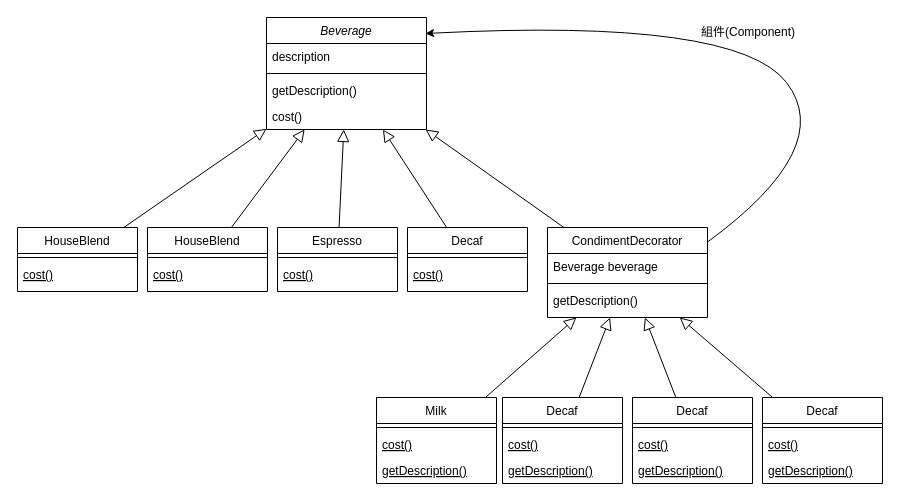
koteruon/design_pattern keeps this draw.io diagram as Decorator Pattern/裝飾器例子類別圖.drawio. Above is the earlier version. Source tidied: cells renumbered, new cells numbered last; positions are measured from the earlier drawing's top-left corner, leaving out a move shared by most shapes. Both pictures are drawn from the tidied source at 100%, with x=0, y=0 at pixel (17, 17).
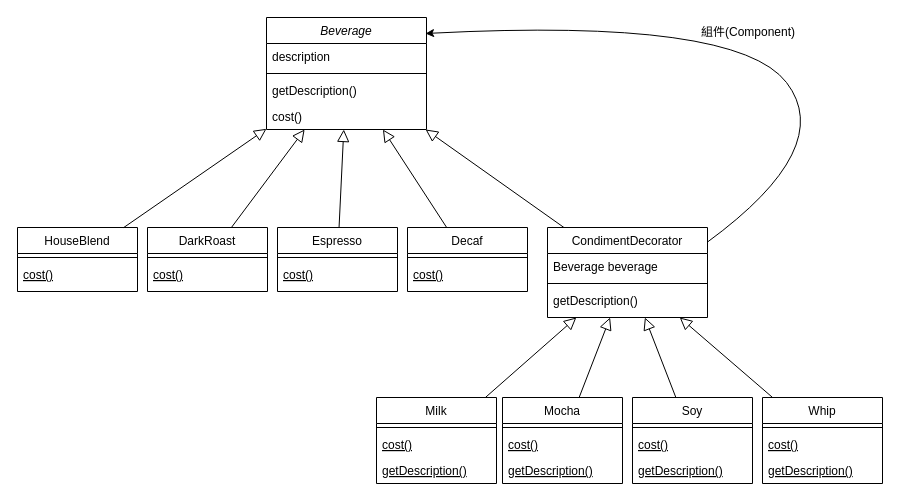
The same diagram, later.

Commit message (it also covers changes not shown here):
更新類別圖

What changed in the source:
```diff
@@
-    <mxCell id="15" value="HouseBlend" style="swimlane;fontStyle=0;align=center;verticalAlign=top;horizontal=1;startSize=26;rounded=0;shadow=0;strokeWidth=1;" parent="1" vertex="1">
+    <mxCell id="15" value="DarkRoast" style="swimlane;fontStyle=0;align=center;verticalAlign=top;horizontal=1;startSize=26;rounded=0;shadow=0;strokeWidth=1;" parent="1" vertex="1">
       <mxGeometry x="130" y="210" width="120" height="64" as="geometry" />
     </mxCell>
@@
-    <mxCell id="34" value="Decaf" style="swimlane;fontStyle=0;align=center;verticalAlign=top;horizontal=1;startSize=26;rounded=0;shadow=0;strokeWidth=1;" parent="1" vertex="1">
+    <mxCell id="34" value="Mocha" style="swimlane;fontStyle=0;align=center;verticalAlign=top;horizontal=1;startSize=26;rounded=0;shadow=0;strokeWidth=1;" parent="1" vertex="1">
       <mxGeometry x="485" y="380" width="120" height="86" as="geometry" />
     </mxCell>
@@
-    <mxCell id="39" value="Decaf" style="swimlane;fontStyle=0;align=center;verticalAlign=top;horizontal=1;startSize=26;rounded=0;shadow=0;strokeWidth=1;" parent="1" vertex="1">
+    <mxCell id="39" value="Soy" style="swimlane;fontStyle=0;align=center;verticalAlign=top;horizontal=1;startSize=26;rounded=0;shadow=0;strokeWidth=1;" parent="1" vertex="1">
       <mxGeometry x="615" y="380" width="120" height="86" as="geometry" />
     </mxCell>
@@
-    <mxCell id="44" value="Decaf" style="swimlane;fontStyle=0;align=center;verticalAlign=top;horizontal=1;startSize=26;rounded=0;shadow=0;strokeWidth=1;" parent="1" vertex="1">
+    <mxCell id="44" value="Whip" style="swimlane;fontStyle=0;align=center;verticalAlign=top;horizontal=1;startSize=26;rounded=0;shadow=0;strokeWidth=1;" parent="1" vertex="1">
       <mxGeometry x="745" y="380" width="120" height="86" as="geometry" />
     </mxCell>
```
